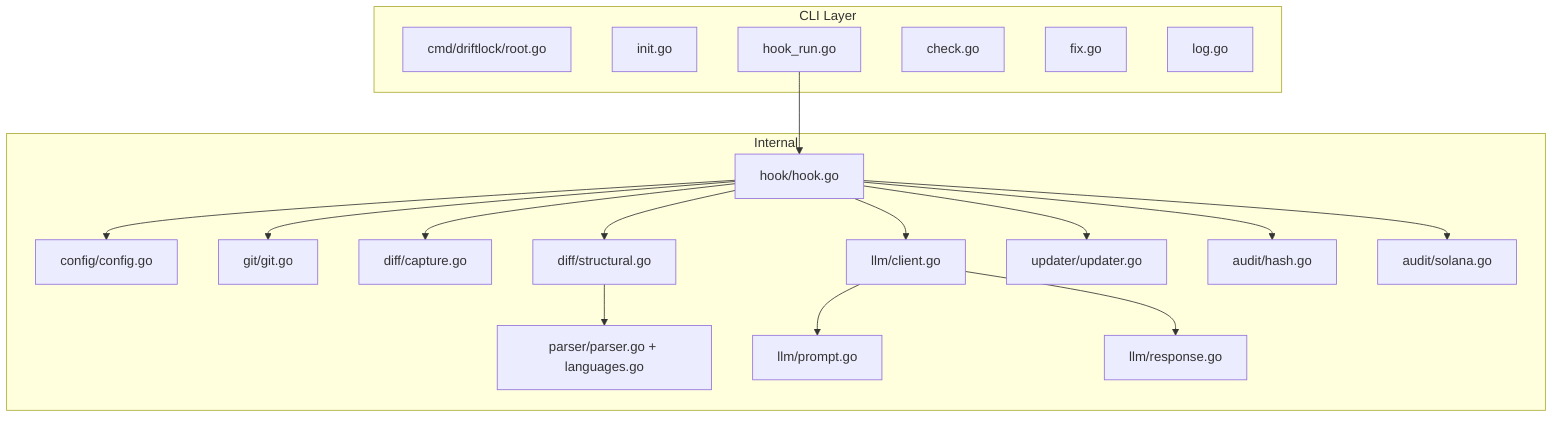
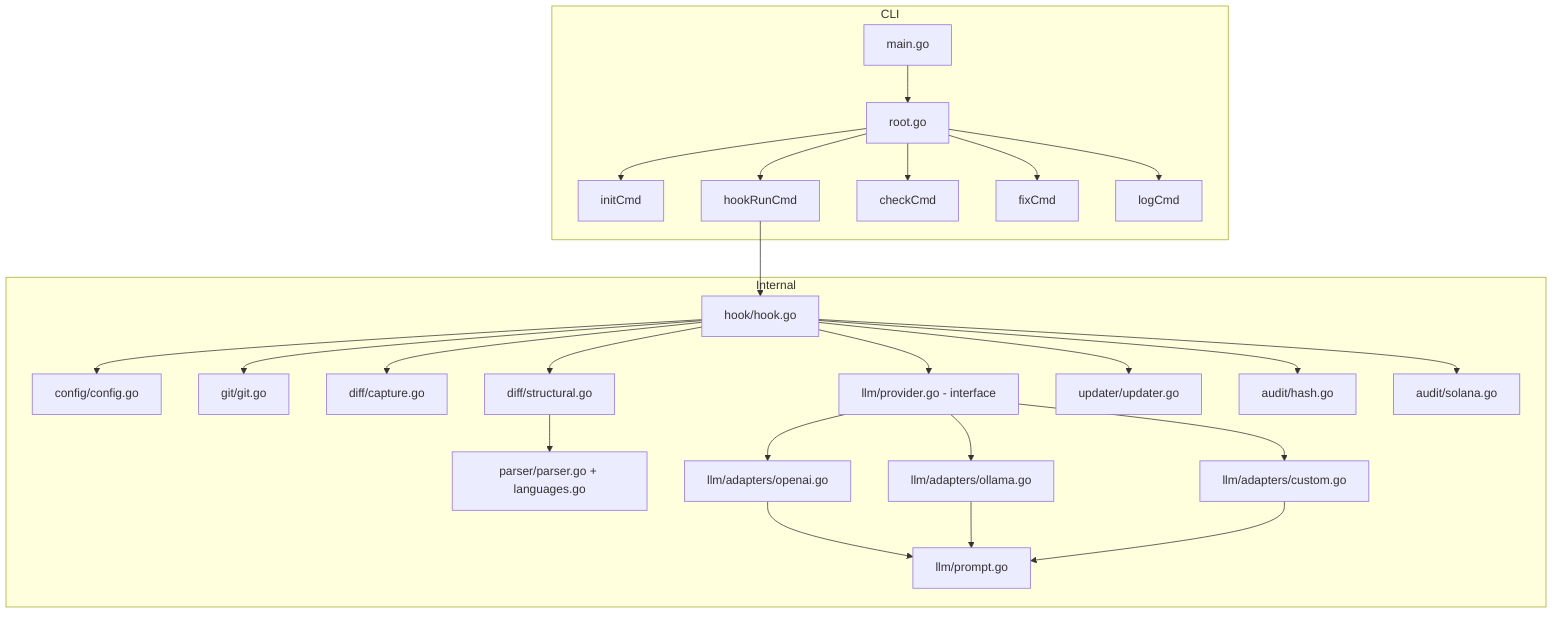
flowchart TD
-     subgraph CLI Layer
-         Root[cmd/driftlock/root.go]
-         InitCmd[init.go]
-         HookRunCmd[hook_run.go]
-         CheckCmd[check.go]
-         FixCmd[fix.go]
-         LogCmd[log.go]
+     subgraph CLI
+         main.go --> root.go
+         root.go --> initCmd
+         root.go --> hookRunCmd
+         root.go --> checkCmd
+         root.go --> fixCmd
+         root.go --> logCmd
    end

    subgraph Internal
-         Config[config/config.go]
-         GitUtils[git/git.go]
-         DiffCapture[diff/capture.go]
-         DiffStructural[diff/structural.go]
-         Parser[parser/parser.go + languages.go]
-         LLMClient[llm/client.go]
-         LLMPrompt[llm/prompt.go]
-         LLMResponse[llm/response.go]
-         Updater[updater/updater.go]
-         AuditHash[audit/hash.go]
-         AuditSolana[audit/solana.go]
-         HookOrch[hook/hook.go]
+         config[config/config.go]
+         gitUtils[git/git.go]
+         diffCapture[diff/capture.go]
+         diffStructural[diff/structural.go]
+         parser[parser/parser.go + languages.go]
+         llmProvider[llm/provider.go - interface]
+         llmOpenAI[llm/adapters/openai.go]
+         llmOllama[llm/adapters/ollama.go]
+         llmCustom[llm/adapters/custom.go]
+         llmPrompt[llm/prompt.go]
+         updater[updater/updater.go]
+         auditHash[audit/hash.go]
+         auditSolana[audit/solana.go]
+         hookOrch[hook/hook.go]
    end

-     HookRunCmd --> HookOrch
-     HookOrch --> GitUtils
-     HookOrch --> DiffCapture
-     HookOrch --> DiffStructural
-     HookOrch --> Config
-     HookOrch --> LLMClient
-     HookOrch --> Updater
-     HookOrch --> AuditHash
-     HookOrch --> AuditSolana
+     hookRunCmd --> hookOrch
+     hookOrch --> config
+     hookOrch --> gitUtils
+     hookOrch --> diffCapture
+     hookOrch --> diffStructural
+     hookOrch --> llmProvider
+     hookOrch --> updater
+     hookOrch --> auditHash
+     hookOrch --> auditSolana

-     LLMClient --> LLMPrompt
-     LLMClient --> LLMResponse
-     DiffStructural --> Parser+     diffStructural --> parser
+     llmProvider --> llmOpenAI
+     llmProvider --> llmOllama
+     llmProvider --> llmCustom
+     llmOpenAI --> llmPrompt
+     llmOllama --> llmPrompt
+     llmCustom --> llmPrompt